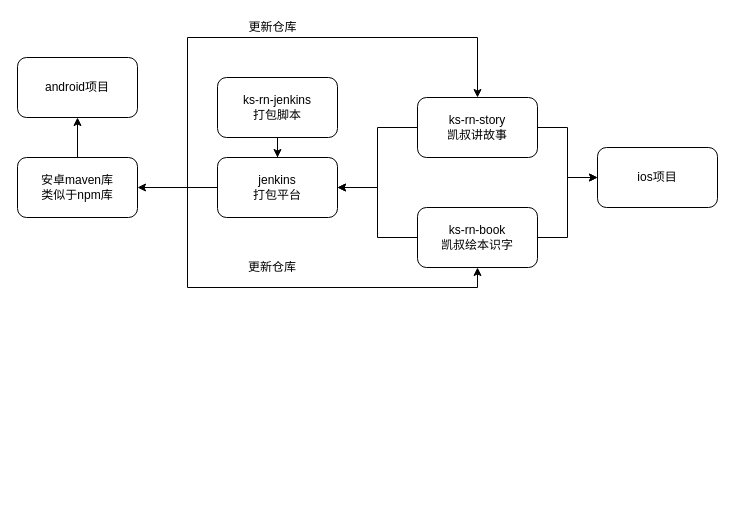
ks-stack/drawio keeps this draw.io diagram as rn架构.drawio. Above is the earlier version. Source tidied: cells renumbered, new cells numbered last; positions are measured from the earlier drawing's top-left corner, leaving out a move shared by most shapes. Both pictures are drawn from the tidied source at 100%, with x=0, y=0 at pixel (17, 17).
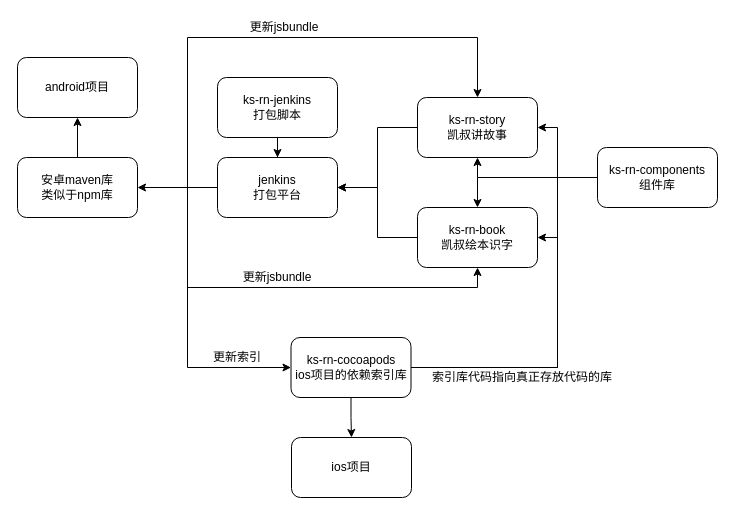
The same diagram, later.

The change refers to these unchanged cells:
```xml
<mxCell id="4" value="ks-rn-story&lt;br&gt;凯叔讲故事" style="rounded=1;whiteSpace=wrap;html=1;" parent="1" vertex="1">
  <mxGeometry x="400" y="80" width="120" height="60" as="geometry" />
</mxCell>
<mxCell id="7" value="ks-rn-book&lt;br&gt;凯叔绘本识字" style="rounded=1;whiteSpace=wrap;html=1;" parent="1" vertex="1">
  <mxGeometry x="400" y="190" width="120" height="60" as="geometry" />
</mxCell>
<mxCell id="11" value="jenkins&lt;br&gt;打包平台" style="rounded=1;whiteSpace=wrap;html=1;" parent="1" vertex="1">
  <mxGeometry x="200" y="140" width="120" height="60" as="geometry" />
</mxCell>
```

The edit, as a diff of the source:
```diff
@@
-    <mxCell id="3" style="edgeStyle=orthogonalEdgeStyle;rounded=0;jettySize=auto;html=1;entryX=0;entryY=0.5;entryDx=0;entryDy=0;" parent="1" edge="1" source="4" target="16">
-      <mxGeometry relative="1" as="geometry" />
-    </mxCell>
@@
-    <mxCell id="6" style="edgeStyle=orthogonalEdgeStyle;rounded=0;jettySize=auto;html=1;entryX=0;entryY=0.5;entryDx=0;entryDy=0;" parent="1" edge="1" source="7" target="16">
-      <mxGeometry relative="1" as="geometry" />
-    </mxCell>
@@
+    <mxCell id="20" style="edgeStyle=orthogonalEdgeStyle;rounded=0;jettySize=auto;html=1;entryX=0;entryY=0.5;entryDx=0;entryDy=0;" parent="1" edge="1" source="11" target="24">
+      <mxGeometry relative="1" as="geometry">
+        <Array as="points">
+          <mxPoint x="170" y="170" />
+          <mxPoint x="170" y="350" />
+        </Array>
+      </mxGeometry>
+    </mxCell>
@@
-    <mxCell id="14" value="更新仓库" style="text;html=1;strokeColor=none;fillColor=none;align=center;verticalAlign=middle;whiteSpace=wrap;rounded=0;" parent="1" vertex="1">
-      <mxGeometry x="220" y="240" width="70" height="20" as="geometry" />
+    <mxCell id="14" value="更新jsbundle" style="text;html=1;strokeColor=none;fillColor=none;align=center;verticalAlign=middle;whiteSpace=wrap;rounded=0;" parent="1" vertex="1">
+      <mxGeometry x="220" y="250" width="80" height="20" as="geometry" />
     </mxCell>
-    <mxCell id="15" value="更新仓库" style="text;html=1;strokeColor=none;fillColor=none;align=center;verticalAlign=middle;whiteSpace=wrap;rounded=0;" parent="1" vertex="1">
-      <mxGeometry x="222.5" width="65" height="20" as="geometry" />
+    <mxCell id="15" value="更新jsbundle" style="text;html=1;strokeColor=none;fillColor=none;align=center;verticalAlign=middle;whiteSpace=wrap;rounded=0;" parent="1" vertex="1">
+      <mxGeometry x="222.5" width="87.5" height="20" as="geometry" />
     </mxCell>
     <mxCell id="16" value="ios项目" style="rounded=1;whiteSpace=wrap;html=1;" parent="1" vertex="1">
-      <mxGeometry x="580" y="130" width="120" height="60" as="geometry" />
+      <mxGeometry x="274" y="420" width="120" height="60" as="geometry" />
     </mxCell>
@@
+    <mxCell id="21" style="edgeStyle=orthogonalEdgeStyle;rounded=0;jettySize=auto;html=1;entryX=1;entryY=0.5;entryDx=0;entryDy=0;" parent="1" edge="1" source="24" target="7">
+      <mxGeometry relative="1" as="geometry">
+        <Array as="points">
+          <mxPoint x="540" y="350" />
+          <mxPoint x="540" y="220" />
+        </Array>
+      </mxGeometry>
+    </mxCell>
+    <mxCell id="22" style="edgeStyle=orthogonalEdgeStyle;rounded=0;jettySize=auto;html=1;" parent="1" edge="1" source="24">
+      <mxGeometry relative="1" as="geometry">
+        <mxPoint x="520" y="110" as="targetPoint" />
+        <Array as="points">
+          <mxPoint x="540" y="350" />
+          <mxPoint x="540" y="110" />
+        </Array>
+      </mxGeometry>
+    </mxCell>
+    <mxCell id="23" style="edgeStyle=orthogonalEdgeStyle;rounded=0;jettySize=auto;html=1;" parent="1" edge="1" source="24" target="16">
+      <mxGeometry relative="1" as="geometry" />
+    </mxCell>
+    <mxCell id="24" value="ks-rn-cocoapods&lt;br&gt;ios项目的依赖索引库" style="rounded=1;whiteSpace=wrap;html=1;" parent="1" vertex="1">
+      <mxGeometry x="273.5" y="320" width="120" height="60" as="geometry" />
+    </mxCell>
+    <mxCell id="25" value="更新索引" style="text;html=1;strokeColor=none;fillColor=none;align=center;verticalAlign=middle;whiteSpace=wrap;rounded=0;" parent="1" vertex="1">
+      <mxGeometry x="190" y="330" width="60" height="20" as="geometry" />
+    </mxCell>
+    <mxCell id="26" value="索引库代码指向真正存放代码的库" style="text;html=1;strokeColor=none;fillColor=none;align=center;verticalAlign=middle;whiteSpace=wrap;rounded=0;" parent="1" vertex="1">
+      <mxGeometry x="400" y="350" width="210" height="20" as="geometry" />
+    </mxCell>
+    <mxCell id="27" style="edgeStyle=orthogonalEdgeStyle;rounded=0;jettySize=auto;html=1;entryX=0.5;entryY=1;entryDx=0;entryDy=0;" parent="1" edge="1" source="29" target="4">
+      <mxGeometry relative="1" as="geometry" />
+    </mxCell>
+    <mxCell id="28" style="edgeStyle=orthogonalEdgeStyle;rounded=0;jettySize=auto;html=1;entryX=0.5;entryY=0;entryDx=0;entryDy=0;" parent="1" edge="1" source="29" target="7">
+      <mxGeometry relative="1" as="geometry" />
+    </mxCell>
+    <mxCell id="29" value="ks-rn-components&lt;br&gt;组件库" style="rounded=1;whiteSpace=wrap;html=1;" parent="1" vertex="1">
+      <mxGeometry x="580" y="130" width="120" height="60" as="geometry" />
+    </mxCell>
```
